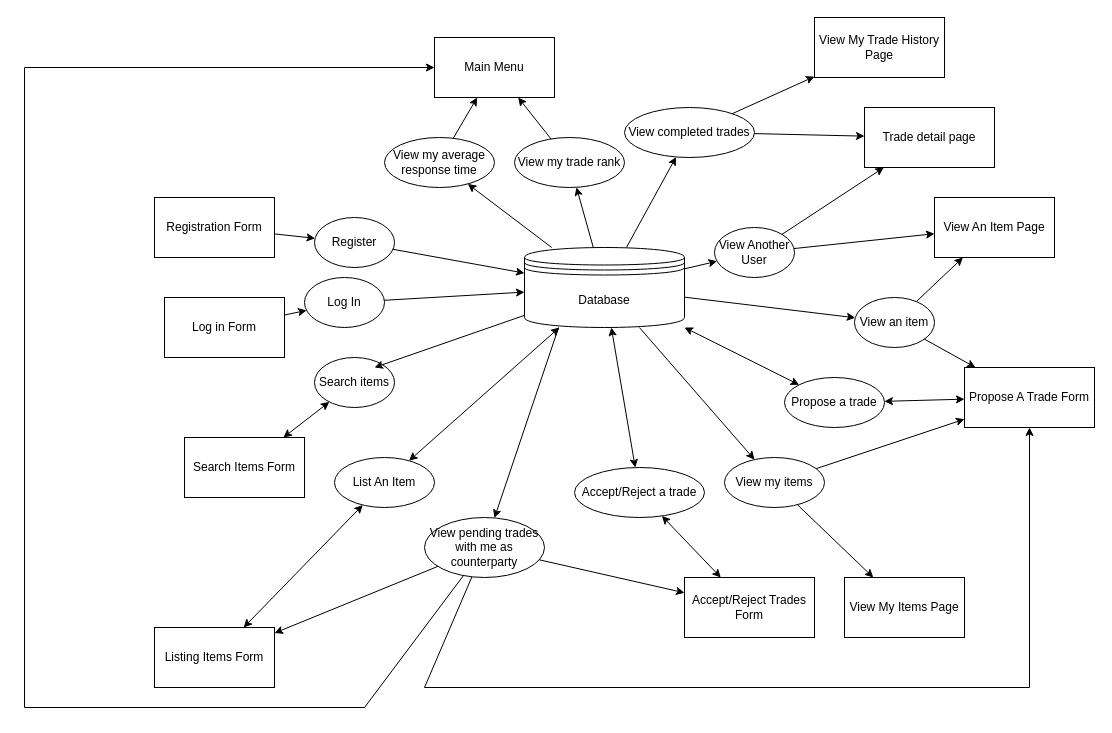
Above: ifd.drawio in joshliuzh/cs6400 (draw.io), before the change. Source tidied: cells renumbered, new cells numbered last; positions are measured from the earlier drawing's top-left corner, leaving out a move shared by most shapes. Both pictures are drawn from the tidied source at 100%, with x=0, y=0 at pixel (24, 17).
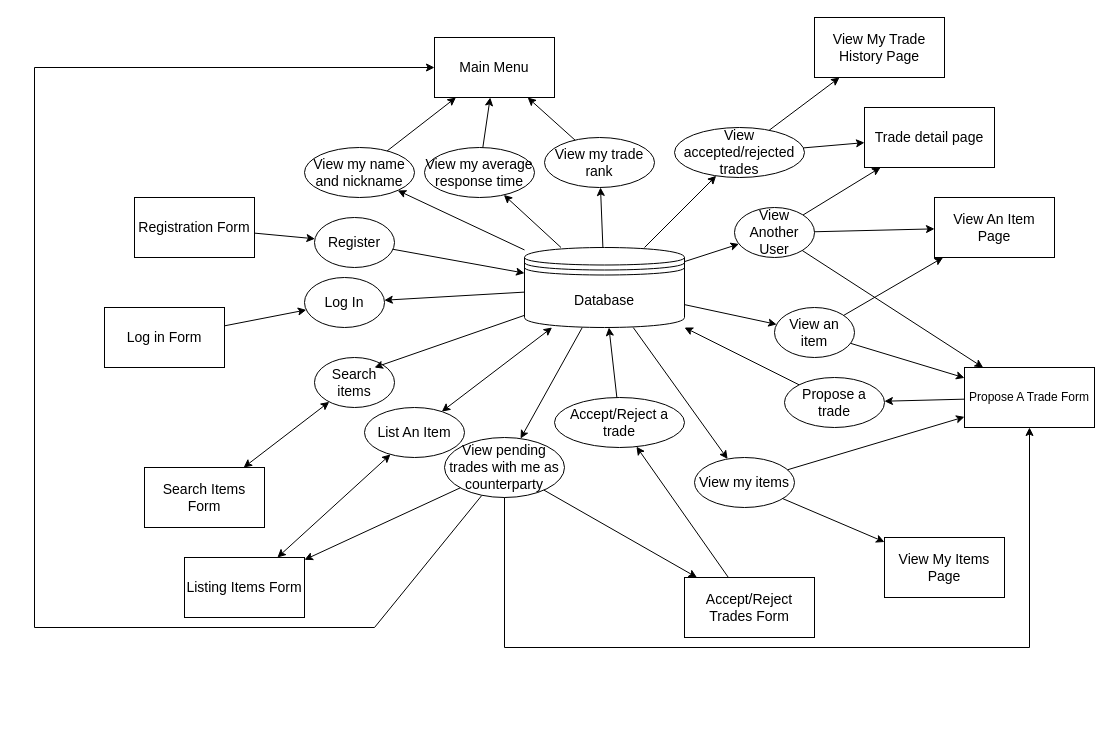
After the change.

Unchanged cells that the change refers to:
```xml
<mxCell id="10" value="Propose A Trade Form" style="rounded=0;whiteSpace=wrap;html=1;" parent="1" vertex="1">
  <mxGeometry x="940" y="350" width="130" height="60" as="geometry" />
</mxCell>
```

What changed in the source:
```diff
@@
-    <mxCell id="2" value="Database" style="shape=datastore;whiteSpace=wrap;html=1;" parent="1" vertex="1">
+    <mxCell id="2" value="Database" style="shape=datastore;whiteSpace=wrap;html=1;fontSize=14;" parent="1" vertex="1">
       <mxGeometry x="500" y="230" width="160" height="80" as="geometry" />
     </mxCell>
-    <mxCell id="3" value="Log in Form" style="rounded=0;whiteSpace=wrap;html=1;" parent="1" vertex="1">
-      <mxGeometry x="140" y="280" width="120" height="60" as="geometry" />
+    <mxCell id="3" value="Log in Form" style="rounded=0;whiteSpace=wrap;html=1;fontSize=14;" parent="1" vertex="1">
+      <mxGeometry x="80" y="290" width="120" height="60" as="geometry" />
     </mxCell>
-    <mxCell id="4" value="Registration Form" style="rounded=0;whiteSpace=wrap;html=1;" parent="1" vertex="1">
-      <mxGeometry x="130" y="180" width="120" height="60" as="geometry" />
+    <mxCell id="4" value="Registration Form" style="rounded=0;whiteSpace=wrap;html=1;fontSize=14;" parent="1" vertex="1">
+      <mxGeometry x="110" y="180" width="120" height="60" as="geometry" />
     </mxCell>
-    <mxCell id="5" value="Main Menu" style="rounded=0;whiteSpace=wrap;html=1;" parent="1" vertex="1">
+    <mxCell id="5" value="Main Menu" style="rounded=0;whiteSpace=wrap;html=1;fontSize=14;" parent="1" vertex="1">
       <mxGeometry x="410" y="20" width="120" height="60" as="geometry" />
     </mxCell>
-    <mxCell id="6" value="Listing Items Form" style="rounded=0;whiteSpace=wrap;html=1;" parent="1" vertex="1">
-      <mxGeometry x="130" y="610" width="120" height="60" as="geometry" />
+    <mxCell id="6" value="Listing Items Form" style="rounded=0;whiteSpace=wrap;html=1;fontSize=14;" parent="1" vertex="1">
+      <mxGeometry x="160" y="540" width="120" height="60" as="geometry" />
     </mxCell>
-    <mxCell id="7" value="View My Items Page" style="rounded=0;whiteSpace=wrap;html=1;" parent="1" vertex="1">
-      <mxGeometry x="820" y="560" width="120" height="60" as="geometry" />
+    <mxCell id="7" value="View My Items Page" style="rounded=0;whiteSpace=wrap;html=1;fontSize=14;" parent="1" vertex="1">
+      <mxGeometry x="860" y="520" width="120" height="60" as="geometry" />
     </mxCell>
-    <mxCell id="8" value="Search Items Form" style="rounded=0;whiteSpace=wrap;html=1;" parent="1" vertex="1">
-      <mxGeometry x="160" y="420" width="120" height="60" as="geometry" />
+    <mxCell id="8" value="Search Items Form" style="rounded=0;whiteSpace=wrap;html=1;fontSize=14;" parent="1" vertex="1">
+      <mxGeometry x="120" y="450" width="120" height="60" as="geometry" />
     </mxCell>
-    <mxCell id="9" value="View An Item Page" style="rounded=0;whiteSpace=wrap;html=1;" parent="1" vertex="1">
+    <mxCell id="9" value="View An Item Page" style="rounded=0;whiteSpace=wrap;html=1;fontSize=14;" parent="1" vertex="1">
       <mxGeometry x="910" y="180" width="120" height="60" as="geometry" />
     </mxCell>
@@
-    <mxCell id="11" value="Accept/Reject Trades Form" style="rounded=0;whiteSpace=wrap;html=1;" parent="1" vertex="1">
+    <mxCell id="11" value="Accept/Reject Trades Form" style="rounded=0;whiteSpace=wrap;html=1;fontSize=14;" parent="1" vertex="1">
       <mxGeometry x="660" y="560" width="130" height="60" as="geometry" />
     </mxCell>
-    <mxCell id="12" value="View My Trade History Page" style="rounded=0;whiteSpace=wrap;html=1;" parent="1" vertex="1">
+    <mxCell id="12" value="View My Trade History Page" style="rounded=0;whiteSpace=wrap;html=1;fontSize=14;" parent="1" vertex="1">
       <mxGeometry x="790" width="130" height="60" as="geometry" />
     </mxCell>
-    <mxCell id="13" value="List An Item" style="ellipse;whiteSpace=wrap;html=1;" parent="1" vertex="1">
-      <mxGeometry x="310" y="440" width="100" height="50" as="geometry" />
+    <mxCell id="13" value="List An Item" style="ellipse;whiteSpace=wrap;html=1;fontSize=14;" parent="1" vertex="1">
+      <mxGeometry x="340" y="390" width="100" height="50" as="geometry" />
     </mxCell>
-    <mxCell id="14" value="Log In" style="ellipse;whiteSpace=wrap;html=1;" parent="1" vertex="1">
+    <mxCell id="14" value="Log In" style="ellipse;whiteSpace=wrap;html=1;fontSize=14;" parent="1" vertex="1">
       <mxGeometry x="280" y="260" width="80" height="50" as="geometry" />
     </mxCell>
-    <mxCell id="15" value="Register" style="ellipse;whiteSpace=wrap;html=1;" parent="1" vertex="1">
+    <mxCell id="15" value="Register" style="ellipse;whiteSpace=wrap;html=1;fontSize=14;" parent="1" vertex="1">
       <mxGeometry x="290" y="200" width="80" height="50" as="geometry" />
     </mxCell>
-    <mxCell id="16" value="View my average response time" style="ellipse;whiteSpace=wrap;html=1;" parent="1" vertex="1">
-      <mxGeometry x="360" y="120" width="110" height="50" as="geometry" />
+    <mxCell id="16" value="View my average response time" style="ellipse;whiteSpace=wrap;html=1;fontSize=14;" parent="1" vertex="1">
+      <mxGeometry x="400" y="130" width="110" height="50" as="geometry" />
     </mxCell>
-    <mxCell id="17" value="View my trade rank" style="ellipse;whiteSpace=wrap;html=1;" parent="1" vertex="1">
-      <mxGeometry x="490" y="120" width="110" height="50" as="geometry" />
+    <mxCell id="17" value="View my trade rank" style="ellipse;whiteSpace=wrap;html=1;fontSize=14;" parent="1" vertex="1">
+      <mxGeometry x="520" y="120" width="110" height="50" as="geometry" />
     </mxCell>
-    <mxCell id="18" style="endArrow=classic;html=1;rounded=0;" parent="1" edge="1" source="3" target="14">
+    <mxCell id="18" style="endArrow=classic;html=1;rounded=0;fontSize=14;" parent="1" edge="1" source="3" target="14">
       <mxGeometry relative="1" as="geometry" />
     </mxCell>
-    <mxCell id="19" style="endArrow=classic;html=1;rounded=0;" parent="1" edge="1" source="14" target="2">
+    <mxCell id="19" style="endArrow=classic;html=1;rounded=0;fontSize=14;" parent="1" edge="1" source="2" target="14">
       <mxGeometry relative="1" as="geometry" />
     </mxCell>
-    <mxCell id="20" style="endArrow=classic;html=1;rounded=0;" parent="1" edge="1" source="15" target="2">
+    <mxCell id="20" style="endArrow=classic;html=1;rounded=0;fontSize=14;" parent="1" edge="1" source="15" target="2">
       <mxGeometry relative="1" as="geometry" />
     </mxCell>
-    <mxCell id="21" style="endArrow=classic;html=1;rounded=0;" parent="1" edge="1" source="4" target="15">
+    <mxCell id="21" style="endArrow=classic;html=1;rounded=0;fontSize=14;" parent="1" edge="1" source="4" target="15">
       <mxGeometry relative="1" as="geometry" />
     </mxCell>
-    <mxCell id="22" style="endArrow=classic;html=1;rounded=0;" parent="1" edge="1" source="2" target="16">
+    <mxCell id="22" style="endArrow=classic;html=1;rounded=0;fontSize=14;" parent="1" edge="1" source="2" target="16">
       <mxGeometry relative="1" as="geometry" />
     </mxCell>
-    <mxCell id="23" style="endArrow=classic;html=1;rounded=0;" parent="1" edge="1" source="2" target="17">
+    <mxCell id="23" style="endArrow=classic;html=1;rounded=0;fontSize=14;" parent="1" edge="1" source="2" target="17">
       <mxGeometry relative="1" as="geometry" />
     </mxCell>
-    <mxCell id="24" style="endArrow=classic;html=1;rounded=0;" parent="1" edge="1" source="17" target="5">
+    <mxCell id="24" style="endArrow=classic;html=1;rounded=0;fontSize=14;" parent="1" edge="1" source="17" target="5">
       <mxGeometry relative="1" as="geometry" />
     </mxCell>
-    <mxCell id="25" style="endArrow=classic;html=1;rounded=0;" parent="1" edge="1" source="53" target="5">
+    <mxCell id="25" style="endArrow=classic;html=1;rounded=0;fontSize=14;" parent="1" edge="1" source="53" target="5">
       <mxGeometry relative="1" as="geometry">
         <Array as="points">
-          <mxPoint x="340" y="690" />
-          <mxPoint y="690" />
-          <mxPoint y="50" />
+          <mxPoint x="350" y="610" />
+          <mxPoint x="10" y="610" />
+          <mxPoint x="10" y="50" />
         </Array>
       </mxGeometry>
     </mxCell>
-    <mxCell id="26" style="endArrow=classic;html=1;rounded=0;" parent="1" edge="1" source="16" target="5">
+    <mxCell id="26" style="endArrow=classic;html=1;rounded=0;fontSize=14;" parent="1" edge="1" source="16" target="5">
       <mxGeometry relative="1" as="geometry" />
     </mxCell>
-    <mxCell id="27" value="View my items" style="ellipse;whiteSpace=wrap;html=1;" parent="1" vertex="1">
-      <mxGeometry x="700" y="440" width="100" height="50" as="geometry" />
+    <mxCell id="27" value="View my items" style="ellipse;whiteSpace=wrap;html=1;fontSize=14;" parent="1" vertex="1">
+      <mxGeometry x="670" y="440" width="100" height="50" as="geometry" />
     </mxCell>
-    <mxCell id="28" style="endArrow=classic;html=1;rounded=0;" parent="1" edge="1" source="2" target="27">
+    <mxCell id="28" style="endArrow=classic;html=1;rounded=0;fontSize=14;" parent="1" edge="1" source="2" target="27">
       <mxGeometry relative="1" as="geometry" />
     </mxCell>
-    <mxCell id="29" style="endArrow=classic;html=1;rounded=0;" parent="1" edge="1" source="27" target="7">
+    <mxCell id="29" style="endArrow=classic;html=1;rounded=0;fontSize=14;" parent="1" edge="1" source="27" target="7">
       <mxGeometry relative="1" as="geometry" />
     </mxCell>
-    <mxCell id="30" value="Search items" style="ellipse;whiteSpace=wrap;html=1;" parent="1" vertex="1">
+    <mxCell id="30" value="Search items" style="ellipse;whiteSpace=wrap;html=1;fontSize=14;" parent="1" vertex="1">
       <mxGeometry x="290" y="340" width="80" height="50" as="geometry" />
     </mxCell>
-    <mxCell id="31" style="endArrow=classic;startArrow=classic;html=1;rounded=0;" parent="1" edge="1" source="8" target="30">
+    <mxCell id="31" style="endArrow=classic;startArrow=classic;html=1;rounded=0;fontSize=14;" parent="1" edge="1" source="8" target="30">
       <mxGeometry relative="1" as="geometry" />
     </mxCell>
-    <mxCell id="32" style="endArrow=classic;html=1;rounded=0;" parent="1" edge="1" source="2">
+    <mxCell id="32" style="endArrow=classic;html=1;rounded=0;fontSize=14;" parent="1" edge="1" source="2">
       <mxGeometry relative="1" as="geometry">
         <mxPoint x="350" y="350" as="targetPoint" />
       </mxGeometry>
     </mxCell>
-    <mxCell id="33" style="endArrow=classic;startArrow=classic;html=1;rounded=0;" parent="1" edge="1" source="13" target="6">
-      <mxGeometry relative="1" as="geometry" />
-    </mxCell>
-    <mxCell id="34" style="endArrow=classic;startArrow=classic;html=1;rounded=0;" parent="1" edge="1" source="2" target="13">
-      <mxGeometry relative="1" as="geometry" />
-    </mxCell>
-    <mxCell id="35" value="View an item" style="ellipse;whiteSpace=wrap;html=1;" parent="1" vertex="1">
-      <mxGeometry x="830" y="280" width="80" height="50" as="geometry" />
+    <mxCell id="35" value="View an item" style="ellipse;whiteSpace=wrap;html=1;fontSize=14;" parent="1" vertex="1">
+      <mxGeometry x="750" y="290" width="80" height="50" as="geometry" />
     </mxCell>
-    <mxCell id="36" style="endArrow=classic;html=1;rounded=0;" parent="1" edge="1" source="2" target="35">
+    <mxCell id="36" style="endArrow=classic;html=1;rounded=0;fontSize=14;" parent="1" edge="1" source="2" target="35">
       <mxGeometry relative="1" as="geometry" />
     </mxCell>
-    <mxCell id="37" style="endArrow=classic;html=1;rounded=0;" parent="1" edge="1" source="35" target="9">
+    <mxCell id="37" style="endArrow=classic;html=1;rounded=0;fontSize=14;" parent="1" edge="1" source="35" target="9">
       <mxGeometry relative="1" as="geometry" />
     </mxCell>
-    <mxCell id="38" style="endArrow=classic;startArrow=classic;html=1;rounded=0;" parent="1" edge="1" source="39" target="2">
-      <mxGeometry relative="1" as="geometry" />
-    </mxCell>
-    <mxCell id="39" value="Propose a trade" style="ellipse;whiteSpace=wrap;html=1;" parent="1" vertex="1">
+    <mxCell id="39" value="Propose a trade" style="ellipse;whiteSpace=wrap;html=1;fontSize=14;" parent="1" vertex="1">
       <mxGeometry x="760" y="360" width="100" height="50" as="geometry" />
     </mxCell>
-    <mxCell id="40" style="endArrow=classic;startArrow=classic;html=1;rounded=0;" parent="1" edge="1" source="39" target="10">
-      <mxGeometry relative="1" as="geometry" />
-    </mxCell>
-    <mxCell id="41" value="Accept/Reject a trade" style="ellipse;whiteSpace=wrap;html=1;" parent="1" vertex="1">
-      <mxGeometry x="550" y="450" width="130" height="50" as="geometry" />
+    <mxCell id="41" value="Accept/Reject a trade" style="ellipse;whiteSpace=wrap;html=1;fontSize=14;" parent="1" vertex="1">
+      <mxGeometry x="530" y="380" width="130" height="50" as="geometry" />
     </mxCell>
-    <mxCell id="42" style="endArrow=classic;startArrow=classic;html=1;rounded=0;" parent="1" edge="1" source="11" target="41">
-      <mxGeometry relative="1" as="geometry" />
-    </mxCell>
-    <mxCell id="43" value="View completed trades" style="ellipse;whiteSpace=wrap;html=1;" parent="1" vertex="1">
-      <mxGeometry x="600" y="90" width="130" height="50" as="geometry" />
+    <mxCell id="43" value="View accepted/rejected trades" style="ellipse;whiteSpace=wrap;html=1;fontSize=14;" parent="1" vertex="1">
+      <mxGeometry x="650" y="110" width="130" height="50" as="geometry" />
     </mxCell>
-    <mxCell id="44" style="endArrow=classic;startArrow=classic;html=1;rounded=0;" parent="1" edge="1" source="41" target="2">
-      <mxGeometry relative="1" as="geometry" />
-    </mxCell>
-    <mxCell id="45" value="Trade detail page" style="rounded=0;whiteSpace=wrap;html=1;" parent="1" vertex="1">
+    <mxCell id="45" value="Trade detail page" style="rounded=0;whiteSpace=wrap;html=1;fontSize=14;" parent="1" vertex="1">
       <mxGeometry x="840" y="90" width="130" height="60" as="geometry" />
     </mxCell>
-    <mxCell id="46" style="endArrow=classic;html=1;rounded=0;" parent="1" edge="1" source="2" target="43">
+    <mxCell id="46" style="endArrow=classic;html=1;rounded=0;fontSize=14;" parent="1" edge="1" source="2" target="43">
       <mxGeometry relative="1" as="geometry" />
     </mxCell>
-    <mxCell id="47" style="endArrow=classic;html=1;rounded=0;" parent="1" edge="1" source="43" target="12">
+    <mxCell id="47" style="endArrow=classic;html=1;rounded=0;fontSize=14;" parent="1" edge="1" source="43" target="12">
       <mxGeometry relative="1" as="geometry" />
     </mxCell>
-    <mxCell id="48" style="endArrow=classic;html=1;rounded=0;" parent="1" edge="1" source="43" target="45">
+    <mxCell id="48" style="endArrow=classic;html=1;rounded=0;fontSize=14;" parent="1" edge="1" source="43" target="45">
       <mxGeometry relative="1" as="geometry" />
     </mxCell>
-    <mxCell id="49" value="View Another User" style="ellipse;whiteSpace=wrap;html=1;" parent="1" vertex="1">
-      <mxGeometry x="690" y="210" width="80" height="50" as="geometry" />
+    <mxCell id="49" value="View Another User" style="ellipse;whiteSpace=wrap;html=1;fontSize=14;" parent="1" vertex="1">
+      <mxGeometry x="710" y="190" width="80" height="50" as="geometry" />
     </mxCell>
-    <mxCell id="50" style="endArrow=classic;html=1;rounded=0;" parent="1" edge="1" source="2" target="49">
+    <mxCell id="50" style="endArrow=classic;html=1;rounded=0;fontSize=14;" parent="1" edge="1" source="2" target="49">
       <mxGeometry relative="1" as="geometry" />
     </mxCell>
-    <mxCell id="51" style="endArrow=classic;html=1;rounded=0;" parent="1" edge="1" source="49" target="9">
+    <mxCell id="51" style="endArrow=classic;html=1;rounded=0;fontSize=14;" parent="1" edge="1" source="49" target="9">
       <mxGeometry relative="1" as="geometry" />
     </mxCell>
-    <mxCell id="52" style="endArrow=classic;html=1;rounded=0;" parent="1" edge="1" source="49" target="45">
+    <mxCell id="52" style="endArrow=classic;html=1;rounded=0;fontSize=14;" parent="1" edge="1" source="49" target="45">
       <mxGeometry relative="1" as="geometry" />
     </mxCell>
-    <mxCell id="53" value="View pending trades with me as counterparty" style="ellipse;whiteSpace=wrap;html=1;" parent="1" vertex="1">
-      <mxGeometry x="400" y="500" width="120" height="60" as="geometry" />
+    <mxCell id="53" value="View pending trades with me as counterparty" style="ellipse;whiteSpace=wrap;html=1;fontSize=14;" parent="1" vertex="1">
+      <mxGeometry x="420" y="420" width="120" height="60" as="geometry" />
     </mxCell>
-    <mxCell id="54" style="endArrow=classic;html=1;rounded=0;exitX=0.213;exitY=1;exitDx=0;exitDy=0;exitPerimeter=0;" parent="1" edge="1" source="2" target="53">
+    <mxCell id="54" style="endArrow=classic;html=1;rounded=0;fontSize=14;" parent="1" edge="1" source="2" target="53">
       <mxGeometry relative="1" as="geometry" />
     </mxCell>
-    <mxCell id="55" style="endArrow=classic;html=1;rounded=0;" parent="1" edge="1" source="35" target="10">
+    <mxCell id="55" style="endArrow=classic;html=1;rounded=0;fontSize=14;" parent="1" edge="1" source="35" target="10">
       <mxGeometry relative="1" as="geometry" />
     </mxCell>
-    <mxCell id="56" style="endArrow=classic;html=1;rounded=0;" parent="1" edge="1" source="53" target="6">
+    <mxCell id="56" style="endArrow=classic;html=1;rounded=0;fontSize=14;" parent="1" edge="1" source="53" target="6">
       <mxGeometry relative="1" as="geometry" />
     </mxCell>
-    <mxCell id="57" style="endArrow=classic;html=1;rounded=0;" parent="1" edge="1" source="53" target="10">
+    <mxCell id="57" style="endArrow=classic;html=1;rounded=0;fontSize=14;" parent="1" edge="1" source="53" target="10">
       <mxGeometry relative="1" as="geometry">
         <Array as="points">
-          <mxPoint x="400" y="670" />
-          <mxPoint x="1005" y="670" />
+          <mxPoint x="480" y="630" />
+          <mxPoint x="1005" y="630" />
         </Array>
       </mxGeometry>
     </mxCell>
-    <mxCell id="58" style="endArrow=classic;html=1;rounded=0;" parent="1" edge="1" source="53" target="11">
+    <mxCell id="58" style="endArrow=classic;html=1;rounded=0;fontSize=14;" parent="1" edge="1" source="53" target="11">
       <mxGeometry relative="1" as="geometry" />
     </mxCell>
-    <mxCell id="59" style="endArrow=classic;html=1;rounded=0;" parent="1" edge="1" source="27" target="10">
+    <mxCell id="59" style="endArrow=classic;html=1;rounded=0;fontSize=14;" parent="1" edge="1" source="27" target="10">
       <mxGeometry relative="1" as="geometry" />
     </mxCell>
+    <mxCell id="60" style="endArrow=classic;html=1;rounded=0;fontSize=14;" parent="1" edge="1" source="49" target="10">
+      <mxGeometry relative="1" as="geometry" />
+    </mxCell>
+    <mxCell id="61" style="endArrow=classic;html=1;rounded=0;fontSize=14;" parent="1" edge="1" source="10" target="39">
+      <mxGeometry relative="1" as="geometry" />
+    </mxCell>
+    <mxCell id="38" style="endArrow=classic;html=1;rounded=0;fontSize=14;" parent="1" edge="1" source="39" target="2">
+      <mxGeometry relative="1" as="geometry" />
+    </mxCell>
+    <mxCell id="42" style="endArrow=classic;html=1;rounded=0;fontSize=14;" parent="1" edge="1" source="11" target="41">
+      <mxGeometry relative="1" as="geometry" />
+    </mxCell>
+    <mxCell id="44" style="endArrow=classic;html=1;rounded=0;fontSize=14;" parent="1" edge="1" source="41" target="2">
+      <mxGeometry relative="1" as="geometry" />
+    </mxCell>
+    <mxCell id="62" value="View my name and nickname" style="ellipse;whiteSpace=wrap;html=1;fontSize=14;" parent="1" vertex="1">
+      <mxGeometry x="280" y="130" width="110" height="50" as="geometry" />
+    </mxCell>
+    <mxCell id="63" style="endArrow=classic;html=1;rounded=0;fontSize=14;" parent="1" edge="1" source="2" target="62">
+      <mxGeometry relative="1" as="geometry" />
+    </mxCell>
+    <mxCell id="64" style="endArrow=classic;html=1;rounded=0;fontSize=14;" parent="1" edge="1" source="62" target="5">
+      <mxGeometry relative="1" as="geometry" />
+    </mxCell>
+    <mxCell id="65" style="endArrow=classic;startArrow=classic;html=1;rounded=0;fontSize=14;" parent="1" edge="1" source="13" target="2">
+      <mxGeometry relative="1" as="geometry" />
+    </mxCell>
+    <mxCell id="66" style="endArrow=classic;startArrow=classic;html=1;rounded=0;fontSize=14;" parent="1" edge="1" source="6" target="13">
+      <mxGeometry relative="1" as="geometry" />
+    </mxCell>
```
